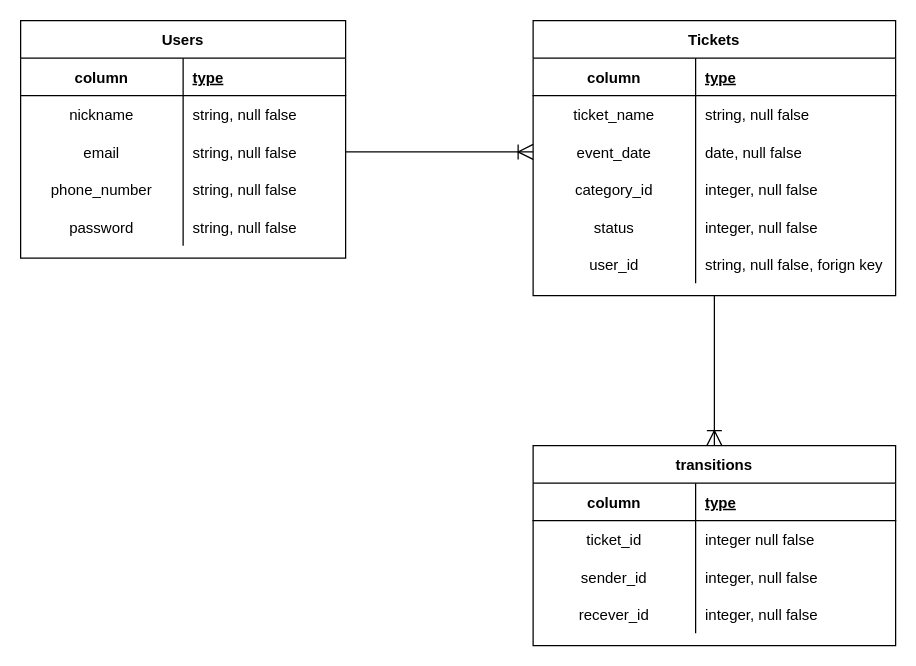
yuyakawai0411/auth-ticket-transfer keeps this draw.io diagram as ticket_transfer_app.dio. Above is the earlier version. Source tidied: cells renumbered, new cells numbered last; positions are measured from the earlier drawing's top-left corner, leaving out a move shared by most shapes. Both pictures are drawn from the tidied source at 125%, with x=0, y=0 at pixel (20, 20).
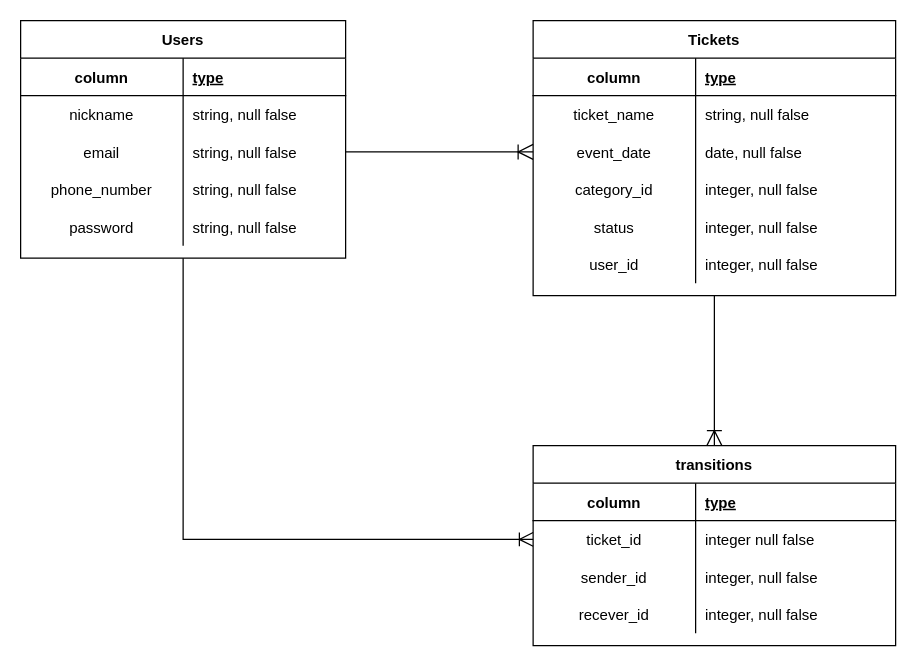
Above is the later version.

Unchanged cells that the change refers to:
```xml
<mxCell id="2" value="Users" style="shape=table;startSize=30;childLayout=tableLayout;rowLines=0;fontStyle=1;align=center;" parent="1" vertex="1">
  <mxGeometry width="260" height="190" as="geometry" />
</mxCell>
<mxCell id="35" style="shape=partialRectangle;fillColor=none;top=0;left=0;bottom=0;right=0;" parent="19" vertex="1">
  <mxGeometry y="180" width="290" height="30" as="geometry" />
</mxCell>
<mxCell id="43" style="shape=partialRectangle;fillColor=none;top=0;left=0;bottom=0;right=0;points=[[0,0.5],[1,0.5]];portConstraint=eastwest;" parent="39" vertex="1">
  <mxGeometry y="60" width="290" height="30" as="geometry" />
</mxCell>
```

Change to the diagram source:
```diff
@@
-    <mxCell id="37" value="string, null false, forign key" style="shape=partialRectangle;fillColor=none;top=0;left=0;bottom=0;right=0;align=left;spacingLeft=6;overflow=hidden;" parent="35" vertex="1">
+    <mxCell id="37" value="integer, null false" style="shape=partialRectangle;fillColor=none;top=0;left=0;bottom=0;right=0;align=left;spacingLeft=6;overflow=hidden;" parent="35" vertex="1">
       <mxGeometry x="130" width="160" height="30" as="geometry" />
     </mxCell>
@@
+    <mxCell id="52" style="edgeStyle=orthogonalEdgeStyle;rounded=0;jettySize=auto;html=1;entryX=0.5;entryY=1;entryDx=0;entryDy=0;startArrow=ERoneToMany;startFill=0;endArrow=none;endFill=0;startSize=9;" parent="1" edge="1" source="43" target="2">
+      <mxGeometry relative="1" as="geometry" />
+    </mxCell>
```
